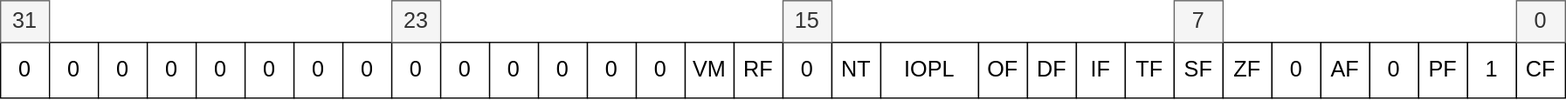
Above: docs/images/eflags.drawio.svg in StevenBaby/onix (draw.io), before the change. Source tidied: cells renumbered, new cells last; positions are measured from the earlier drawing's top-left corner, leaving out a move shared by most shapes.
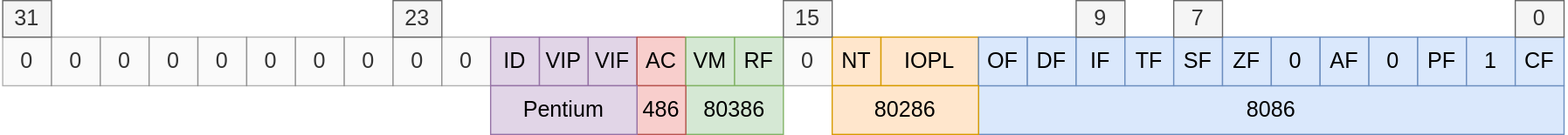
After the commit.

Diff of the diagram source:
```diff
@@ -2,116 +2,131 @@
   <root>
     <mxCell id="0" />
     <mxCell id="1" parent="0" />
-    <mxCell id="2" style="group;fontSize=18;" parent="1" vertex="1">
-      <mxGeometry width="1280" height="80" as="geometry" />
+    <mxCell id="2" value="8086" style="rounded=0;whiteSpace=wrap;html=1;fontSize=18;fillColor=#dae8fc;strokeColor=#6c8ebf;" parent="1" vertex="1">
+      <mxGeometry width="480" height="40" as="geometry" />
     </mxCell>
-    <mxCell id="3" value="0" style="rounded=0;whiteSpace=wrap;html=1;fontSize=18;" parent="2" vertex="1">
-      <mxGeometry y="34.3" width="40" height="45.7" as="geometry" />
+    <mxCell id="3" value="0" style="rounded=0;whiteSpace=wrap;html=1;fontSize=18;fillColor=#f5f5f5;fontColor=#333333;strokeColor=#666666;opacity=50;" parent="1" vertex="1">
+      <mxGeometry x="-800" y="-40" width="40" height="40" as="geometry" />
     </mxCell>
-    <mxCell id="4" value="0" style="rounded=0;whiteSpace=wrap;html=1;fontSize=18;" parent="2" vertex="1">
-      <mxGeometry x="40" y="34.3" width="40" height="45.7" as="geometry" />
+    <mxCell id="4" value="0" style="rounded=0;whiteSpace=wrap;html=1;fontSize=18;fillColor=#f5f5f5;fontColor=#333333;strokeColor=#666666;opacity=50;" parent="1" vertex="1">
+      <mxGeometry x="-760" y="-40" width="40" height="40" as="geometry" />
     </mxCell>
-    <mxCell id="5" value="0" style="rounded=0;whiteSpace=wrap;html=1;fontSize=18;" parent="2" vertex="1">
-      <mxGeometry x="80" y="34.3" width="40" height="45.7" as="geometry" />
+    <mxCell id="5" value="0" style="rounded=0;whiteSpace=wrap;html=1;fontSize=18;fillColor=#f5f5f5;fontColor=#333333;strokeColor=#666666;opacity=50;" parent="1" vertex="1">
+      <mxGeometry x="-720" y="-40" width="40" height="40" as="geometry" />
     </mxCell>
-    <mxCell id="6" value="0" style="rounded=0;whiteSpace=wrap;html=1;fontSize=18;" parent="2" vertex="1">
-      <mxGeometry x="120" y="34.3" width="40" height="45.7" as="geometry" />
+    <mxCell id="6" value="0" style="rounded=0;whiteSpace=wrap;html=1;fontSize=18;fillColor=#f5f5f5;fontColor=#333333;strokeColor=#666666;opacity=50;" parent="1" vertex="1">
+      <mxGeometry x="-680" y="-40" width="40" height="40" as="geometry" />
     </mxCell>
-    <mxCell id="7" value="0" style="rounded=0;whiteSpace=wrap;html=1;fontSize=18;" parent="2" vertex="1">
-      <mxGeometry x="160" y="34.3" width="40" height="45.7" as="geometry" />
+    <mxCell id="7" value="0" style="rounded=0;whiteSpace=wrap;html=1;fontSize=18;fillColor=#f5f5f5;fontColor=#333333;strokeColor=#666666;opacity=50;" parent="1" vertex="1">
+      <mxGeometry x="-640" y="-40" width="40" height="40" as="geometry" />
     </mxCell>
-    <mxCell id="8" value="0" style="rounded=0;whiteSpace=wrap;html=1;fontSize=18;" parent="2" vertex="1">
-      <mxGeometry x="200" y="34.3" width="40" height="45.7" as="geometry" />
+    <mxCell id="8" value="0" style="rounded=0;whiteSpace=wrap;html=1;fontSize=18;fillColor=#f5f5f5;fontColor=#333333;strokeColor=#666666;opacity=50;" parent="1" vertex="1">
+      <mxGeometry x="-600" y="-40" width="40" height="40" as="geometry" />
     </mxCell>
-    <mxCell id="9" value="0" style="rounded=0;whiteSpace=wrap;html=1;fontSize=18;" parent="2" vertex="1">
-      <mxGeometry x="240" y="34.3" width="40" height="45.7" as="geometry" />
+    <mxCell id="9" value="0" style="rounded=0;whiteSpace=wrap;html=1;fontSize=18;fillColor=#f5f5f5;fontColor=#333333;strokeColor=#666666;opacity=50;" parent="1" vertex="1">
+      <mxGeometry x="-560" y="-40" width="40" height="40" as="geometry" />
     </mxCell>
-    <mxCell id="10" value="0" style="rounded=0;whiteSpace=wrap;html=1;fontSize=18;" parent="2" vertex="1">
-      <mxGeometry x="280" y="34.3" width="40" height="45.7" as="geometry" />
+    <mxCell id="10" value="0" style="rounded=0;whiteSpace=wrap;html=1;fontSize=18;fillColor=#f5f5f5;fontColor=#333333;strokeColor=#666666;opacity=50;" parent="1" vertex="1">
+      <mxGeometry x="-520" y="-40" width="40" height="40" as="geometry" />
     </mxCell>
-    <mxCell id="11" value="0" style="rounded=0;whiteSpace=wrap;html=1;fontSize=18;" parent="2" vertex="1">
-      <mxGeometry x="320" y="34.3" width="40" height="45.7" as="geometry" />
+    <mxCell id="11" value="0" style="rounded=0;whiteSpace=wrap;html=1;fontSize=18;fillColor=#f5f5f5;fontColor=#333333;strokeColor=#666666;opacity=50;" parent="1" vertex="1">
+      <mxGeometry x="-480" y="-40" width="40" height="40" as="geometry" />
     </mxCell>
-    <mxCell id="12" value="0" style="rounded=0;whiteSpace=wrap;html=1;fontSize=18;" parent="2" vertex="1">
-      <mxGeometry x="360" y="34.3" width="40" height="45.7" as="geometry" />
+    <mxCell id="12" value="0" style="rounded=0;whiteSpace=wrap;html=1;fontSize=18;fillColor=#f5f5f5;fontColor=#333333;strokeColor=#666666;opacity=50;" parent="1" vertex="1">
+      <mxGeometry x="-440" y="-40" width="40" height="40" as="geometry" />
     </mxCell>
-    <mxCell id="13" value="0" style="rounded=0;whiteSpace=wrap;html=1;fontSize=18;" parent="2" vertex="1">
-      <mxGeometry x="400" y="34.3" width="40" height="45.7" as="geometry" />
+    <mxCell id="13" value="ID" style="rounded=0;whiteSpace=wrap;html=1;fontSize=18;fillColor=#e1d5e7;strokeColor=#9673a6;" parent="1" vertex="1">
+      <mxGeometry x="-400" y="-40" width="40" height="40" as="geometry" />
     </mxCell>
-    <mxCell id="14" value="0" style="rounded=0;whiteSpace=wrap;html=1;fontSize=18;" parent="2" vertex="1">
-      <mxGeometry x="440" y="34.3" width="40" height="45.7" as="geometry" />
+    <mxCell id="14" value="VIP" style="rounded=0;whiteSpace=wrap;html=1;fontSize=18;fillColor=#e1d5e7;strokeColor=#9673a6;" parent="1" vertex="1">
+      <mxGeometry x="-360" y="-40" width="40" height="40" as="geometry" />
     </mxCell>
-    <mxCell id="15" value="0" style="rounded=0;whiteSpace=wrap;html=1;fontSize=18;" parent="2" vertex="1">
-      <mxGeometry x="480" y="34.3" width="40" height="45.7" as="geometry" />
+    <mxCell id="15" value="VIF" style="rounded=0;whiteSpace=wrap;html=1;fontSize=18;fillColor=#e1d5e7;strokeColor=#9673a6;" parent="1" vertex="1">
+      <mxGeometry x="-320" y="-40" width="40" height="40" as="geometry" />
     </mxCell>
-    <mxCell id="16" value="0" style="rounded=0;whiteSpace=wrap;html=1;fontSize=18;" parent="2" vertex="1">
-      <mxGeometry x="520" y="34.3" width="40" height="45.7" as="geometry" />
+    <mxCell id="16" value="AC" style="rounded=0;whiteSpace=wrap;html=1;fontSize=18;fillColor=#f8cecc;strokeColor=#b85450;" parent="1" vertex="1">
+      <mxGeometry x="-280" y="-40" width="40" height="40" as="geometry" />
     </mxCell>
-    <mxCell id="17" value="VM" style="rounded=0;whiteSpace=wrap;html=1;fontSize=18;" parent="2" vertex="1">
-      <mxGeometry x="560" y="34.3" width="40" height="45.7" as="geometry" />
+    <mxCell id="17" value="VM" style="rounded=0;whiteSpace=wrap;html=1;fontSize=18;fillColor=#d5e8d4;strokeColor=#82b366;" parent="1" vertex="1">
+      <mxGeometry x="-240" y="-40" width="40" height="40" as="geometry" />
     </mxCell>
-    <mxCell id="18" value="RF" style="rounded=0;whiteSpace=wrap;html=1;fontSize=18;" parent="2" vertex="1">
-      <mxGeometry x="600" y="34.3" width="40" height="45.7" as="geometry" />
+    <mxCell id="18" value="RF" style="rounded=0;whiteSpace=wrap;html=1;fontSize=18;fillColor=#d5e8d4;strokeColor=#82b366;" parent="1" vertex="1">
+      <mxGeometry x="-200" y="-40" width="40" height="40" as="geometry" />
     </mxCell>
-    <mxCell id="19" value="0" style="rounded=0;whiteSpace=wrap;html=1;fontSize=18;" parent="2" vertex="1">
-      <mxGeometry x="640" y="34.3" width="40" height="45.7" as="geometry" />
+    <mxCell id="19" value="0" style="rounded=0;whiteSpace=wrap;html=1;fontSize=18;fillColor=#f5f5f5;fontColor=#333333;strokeColor=#666666;opacity=50;" parent="1" vertex="1">
+      <mxGeometry x="-160" y="-40" width="40" height="40" as="geometry" />
     </mxCell>
-    <mxCell id="20" value="NT" style="rounded=0;whiteSpace=wrap;html=1;fontSize=18;" parent="2" vertex="1">
-      <mxGeometry x="680" y="34.3" width="40" height="45.7" as="geometry" />
+    <mxCell id="20" value="NT" style="rounded=0;whiteSpace=wrap;html=1;fontSize=18;fillColor=#ffe6cc;strokeColor=#d79b00;" parent="1" vertex="1">
+      <mxGeometry x="-120" y="-40" width="40" height="40" as="geometry" />
     </mxCell>
-    <mxCell id="21" value="IOPL" style="rounded=0;whiteSpace=wrap;html=1;fontSize=18;" parent="2" vertex="1">
-      <mxGeometry x="720" y="34.3" width="80" height="45.7" as="geometry" />
+    <mxCell id="21" value="IOPL" style="rounded=0;whiteSpace=wrap;html=1;fontSize=18;fillColor=#ffe6cc;strokeColor=#d79b00;" parent="1" vertex="1">
+      <mxGeometry x="-80" y="-40" width="80" height="40" as="geometry" />
     </mxCell>
-    <mxCell id="22" value="OF" style="rounded=0;whiteSpace=wrap;html=1;fontSize=18;" parent="2" vertex="1">
-      <mxGeometry x="800" y="34.3" width="40" height="45.7" as="geometry" />
+    <mxCell id="22" value="OF" style="rounded=0;whiteSpace=wrap;html=1;fontSize=18;fillColor=#dae8fc;strokeColor=#6c8ebf;" parent="1" vertex="1">
+      <mxGeometry y="-40" width="40" height="40" as="geometry" />
     </mxCell>
-    <mxCell id="23" value="DF" style="rounded=0;whiteSpace=wrap;html=1;fontSize=18;" parent="2" vertex="1">
-      <mxGeometry x="840" y="34.3" width="40" height="45.7" as="geometry" />
+    <mxCell id="23" value="DF" style="rounded=0;whiteSpace=wrap;html=1;fontSize=18;fillColor=#dae8fc;strokeColor=#6c8ebf;" parent="1" vertex="1">
+      <mxGeometry x="40" y="-40" width="40" height="40" as="geometry" />
     </mxCell>
-    <mxCell id="24" value="IF" style="rounded=0;whiteSpace=wrap;html=1;fontSize=18;" parent="2" vertex="1">
-      <mxGeometry x="880" y="34.3" width="40" height="45.7" as="geometry" />
+    <mxCell id="24" value="IF" style="rounded=0;whiteSpace=wrap;html=1;fontSize=18;fillColor=#dae8fc;strokeColor=#6c8ebf;" parent="1" vertex="1">
+      <mxGeometry x="80" y="-40" width="40" height="40" as="geometry" />
     </mxCell>
-    <mxCell id="25" value="TF" style="rounded=0;whiteSpace=wrap;html=1;fontSize=18;" parent="2" vertex="1">
-      <mxGeometry x="920" y="34.3" width="40" height="45.7" as="geometry" />
+    <mxCell id="25" value="TF" style="rounded=0;whiteSpace=wrap;html=1;fontSize=18;fillColor=#dae8fc;strokeColor=#6c8ebf;" parent="1" vertex="1">
+      <mxGeometry x="120" y="-40" width="40" height="40" as="geometry" />
     </mxCell>
-    <mxCell id="26" value="SF" style="rounded=0;whiteSpace=wrap;html=1;fontSize=18;" parent="2" vertex="1">
-      <mxGeometry x="960" y="34.3" width="40" height="45.7" as="geometry" />
+    <mxCell id="26" value="SF" style="rounded=0;whiteSpace=wrap;html=1;fontSize=18;fillColor=#dae8fc;strokeColor=#6c8ebf;" parent="1" vertex="1">
+      <mxGeometry x="160" y="-40" width="40" height="40" as="geometry" />
     </mxCell>
-    <mxCell id="27" value="ZF" style="rounded=0;whiteSpace=wrap;html=1;fontSize=18;" parent="2" vertex="1">
-      <mxGeometry x="1000" y="34.3" width="40" height="45.7" as="geometry" />
+    <mxCell id="27" value="ZF" style="rounded=0;whiteSpace=wrap;html=1;fontSize=18;fillColor=#dae8fc;strokeColor=#6c8ebf;" parent="1" vertex="1">
+      <mxGeometry x="200" y="-40" width="40" height="40" as="geometry" />
     </mxCell>
-    <mxCell id="28" value="0" style="rounded=0;whiteSpace=wrap;html=1;fontSize=18;" parent="2" vertex="1">
-      <mxGeometry x="1040" y="34.3" width="40" height="45.7" as="geometry" />
+    <mxCell id="28" value="0" style="rounded=0;whiteSpace=wrap;html=1;fontSize=18;fillColor=#dae8fc;strokeColor=#6c8ebf;" parent="1" vertex="1">
+      <mxGeometry x="240" y="-40" width="40" height="40" as="geometry" />
     </mxCell>
-    <mxCell id="29" value="AF" style="rounded=0;whiteSpace=wrap;html=1;fontSize=18;" parent="2" vertex="1">
-      <mxGeometry x="1080" y="34.3" width="40" height="45.7" as="geometry" />
+    <mxCell id="29" value="AF" style="rounded=0;whiteSpace=wrap;html=1;fontSize=18;fillColor=#dae8fc;strokeColor=#6c8ebf;" parent="1" vertex="1">
+      <mxGeometry x="280" y="-40" width="40" height="40" as="geometry" />
     </mxCell>
-    <mxCell id="30" value="0" style="rounded=0;whiteSpace=wrap;html=1;fontSize=18;" parent="2" vertex="1">
-      <mxGeometry x="1120" y="34.3" width="40" height="45.7" as="geometry" />
+    <mxCell id="30" value="0" style="rounded=0;whiteSpace=wrap;html=1;fontSize=18;fillColor=#dae8fc;strokeColor=#6c8ebf;" parent="1" vertex="1">
+      <mxGeometry x="320" y="-40" width="40" height="40" as="geometry" />
     </mxCell>
-    <mxCell id="31" value="PF" style="rounded=0;whiteSpace=wrap;html=1;fontSize=18;" parent="2" vertex="1">
-      <mxGeometry x="1160" y="34.3" width="40" height="45.7" as="geometry" />
+    <mxCell id="31" value="PF" style="rounded=0;whiteSpace=wrap;html=1;fontSize=18;fillColor=#dae8fc;strokeColor=#6c8ebf;" parent="1" vertex="1">
+      <mxGeometry x="360" y="-40" width="40" height="40" as="geometry" />
     </mxCell>
-    <mxCell id="32" value="1" style="rounded=0;whiteSpace=wrap;html=1;fontSize=18;" parent="2" vertex="1">
-      <mxGeometry x="1200" y="34.3" width="40" height="45.7" as="geometry" />
+    <mxCell id="32" value="1" style="rounded=0;whiteSpace=wrap;html=1;fontSize=18;fillColor=#dae8fc;strokeColor=#6c8ebf;" parent="1" vertex="1">
+      <mxGeometry x="400" y="-40" width="40" height="40" as="geometry" />
     </mxCell>
-    <mxCell id="33" value="CF" style="rounded=0;whiteSpace=wrap;html=1;fontSize=18;" parent="2" vertex="1">
-      <mxGeometry x="1240" y="34.3" width="40" height="45.7" as="geometry" />
+    <mxCell id="33" value="CF" style="rounded=0;whiteSpace=wrap;html=1;fontSize=18;fillColor=#dae8fc;strokeColor=#6c8ebf;" parent="1" vertex="1">
+      <mxGeometry x="440" y="-40" width="40" height="40" as="geometry" />
     </mxCell>
-    <mxCell id="34" value="31" style="text;html=1;strokeColor=#666666;fillColor=#f5f5f5;align=center;verticalAlign=middle;whiteSpace=wrap;rounded=0;fontColor=#333333;fontSize=18;" parent="2" vertex="1">
-      <mxGeometry width="40" height="34.3" as="geometry" />
+    <mxCell id="34" value="31" style="text;html=1;strokeColor=#666666;fillColor=#f5f5f5;align=center;verticalAlign=middle;whiteSpace=wrap;rounded=0;fontColor=#333333;fontSize=18;" parent="1" vertex="1">
+      <mxGeometry x="-800" y="-70" width="40" height="30" as="geometry" />
     </mxCell>
-    <mxCell id="35" value="23" style="text;html=1;align=center;verticalAlign=middle;whiteSpace=wrap;rounded=0;fillColor=#f5f5f5;fontColor=#333333;strokeColor=#666666;fontSize=18;" parent="2" vertex="1">
-      <mxGeometry x="320" width="40" height="34.3" as="geometry" />
+    <mxCell id="35" value="23" style="text;html=1;align=center;verticalAlign=middle;whiteSpace=wrap;rounded=0;fillColor=#f5f5f5;fontColor=#333333;strokeColor=#666666;fontSize=18;" parent="1" vertex="1">
+      <mxGeometry x="-480" y="-70" width="40" height="30" as="geometry" />
     </mxCell>
-    <mxCell id="36" value="15" style="text;html=1;strokeColor=#666666;fillColor=#f5f5f5;align=center;verticalAlign=middle;whiteSpace=wrap;rounded=0;fontColor=#333333;fontSize=18;" parent="2" vertex="1">
-      <mxGeometry x="640" width="40" height="34.3" as="geometry" />
+    <mxCell id="36" value="15" style="text;html=1;strokeColor=#666666;fillColor=#f5f5f5;align=center;verticalAlign=middle;whiteSpace=wrap;rounded=0;fontColor=#333333;fontSize=18;" parent="1" vertex="1">
+      <mxGeometry x="-160" y="-70" width="40" height="30" as="geometry" />
     </mxCell>
-    <mxCell id="37" value="7" style="text;html=1;align=center;verticalAlign=middle;whiteSpace=wrap;rounded=0;fillColor=#f5f5f5;fontColor=#333333;strokeColor=#666666;fontSize=18;" parent="2" vertex="1">
-      <mxGeometry x="960" width="40" height="34.3" as="geometry" />
+    <mxCell id="37" value="7" style="text;html=1;align=center;verticalAlign=middle;whiteSpace=wrap;rounded=0;fillColor=#f5f5f5;fontColor=#333333;strokeColor=#666666;fontSize=18;" parent="1" vertex="1">
+      <mxGeometry x="160" y="-70" width="40" height="30" as="geometry" />
     </mxCell>
-    <mxCell id="38" value="0" style="text;html=1;strokeColor=#666666;fillColor=#f5f5f5;align=center;verticalAlign=middle;whiteSpace=wrap;rounded=0;fontColor=#333333;fontSize=18;" parent="2" vertex="1">
-      <mxGeometry x="1240" width="40" height="34.3" as="geometry" />
+    <mxCell id="38" value="0" style="text;html=1;strokeColor=#666666;fillColor=#f5f5f5;align=center;verticalAlign=middle;whiteSpace=wrap;rounded=0;fontColor=#333333;fontSize=18;" parent="1" vertex="1">
+      <mxGeometry x="440" y="-70" width="40" height="30" as="geometry" />
     </mxCell>
+    <mxCell id="39" value="80286" style="rounded=0;whiteSpace=wrap;html=1;fontSize=18;fillColor=#ffe6cc;strokeColor=#d79b00;" parent="1" vertex="1">
+      <mxGeometry x="-120" width="120" height="40" as="geometry" />
+    </mxCell>
+    <mxCell id="40" value="80386" style="rounded=0;whiteSpace=wrap;html=1;fontSize=18;fillColor=#d5e8d4;strokeColor=#82b366;" parent="1" vertex="1">
+      <mxGeometry x="-240" width="80" height="40" as="geometry" />
+    </mxCell>
+    <mxCell id="41" value="486" style="rounded=0;whiteSpace=wrap;html=1;fontSize=18;fillColor=#f8cecc;strokeColor=#b85450;" parent="1" vertex="1">
+      <mxGeometry x="-280" width="40" height="40" as="geometry" />
+    </mxCell>
+    <mxCell id="42" value="Pentium" style="rounded=0;whiteSpace=wrap;html=1;fontSize=18;fillColor=#e1d5e7;strokeColor=#9673a6;" parent="1" vertex="1">
+      <mxGeometry x="-400" width="120" height="40" as="geometry" />
+    </mxCell>
+    <mxCell id="43" value="9" style="text;html=1;align=center;verticalAlign=middle;whiteSpace=wrap;rounded=0;fillColor=#f5f5f5;fontColor=#333333;strokeColor=#666666;fontSize=18;" parent="1" vertex="1">
+      <mxGeometry x="80" y="-70" width="40" height="30" as="geometry" />
+    </mxCell>
   </root>
 </mxGraphModel>
```
